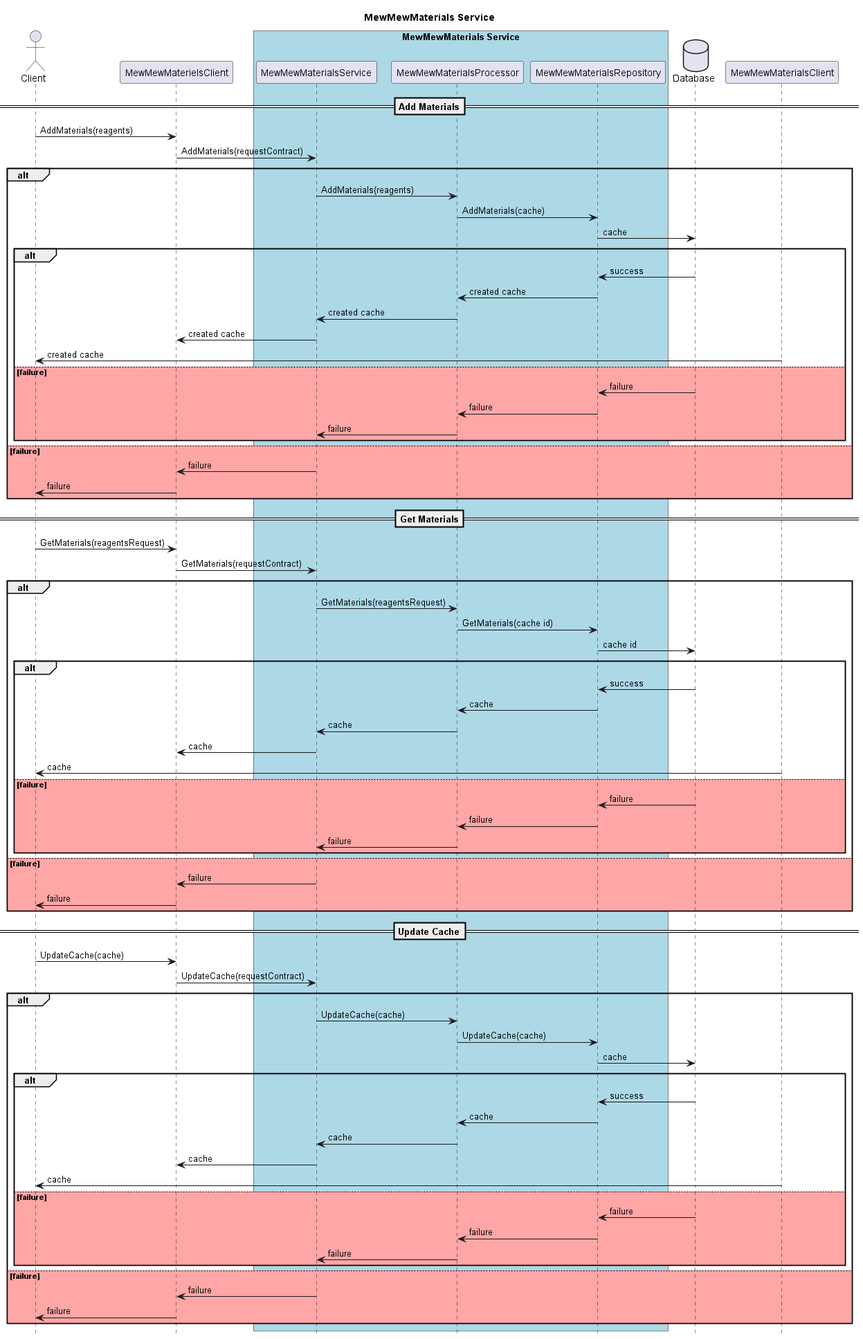
Before: docs/design/materials/service-design/mew-mew-materials-sequence.png, a diagram exported from PlantUML (AmberFalbo/cat-coven).
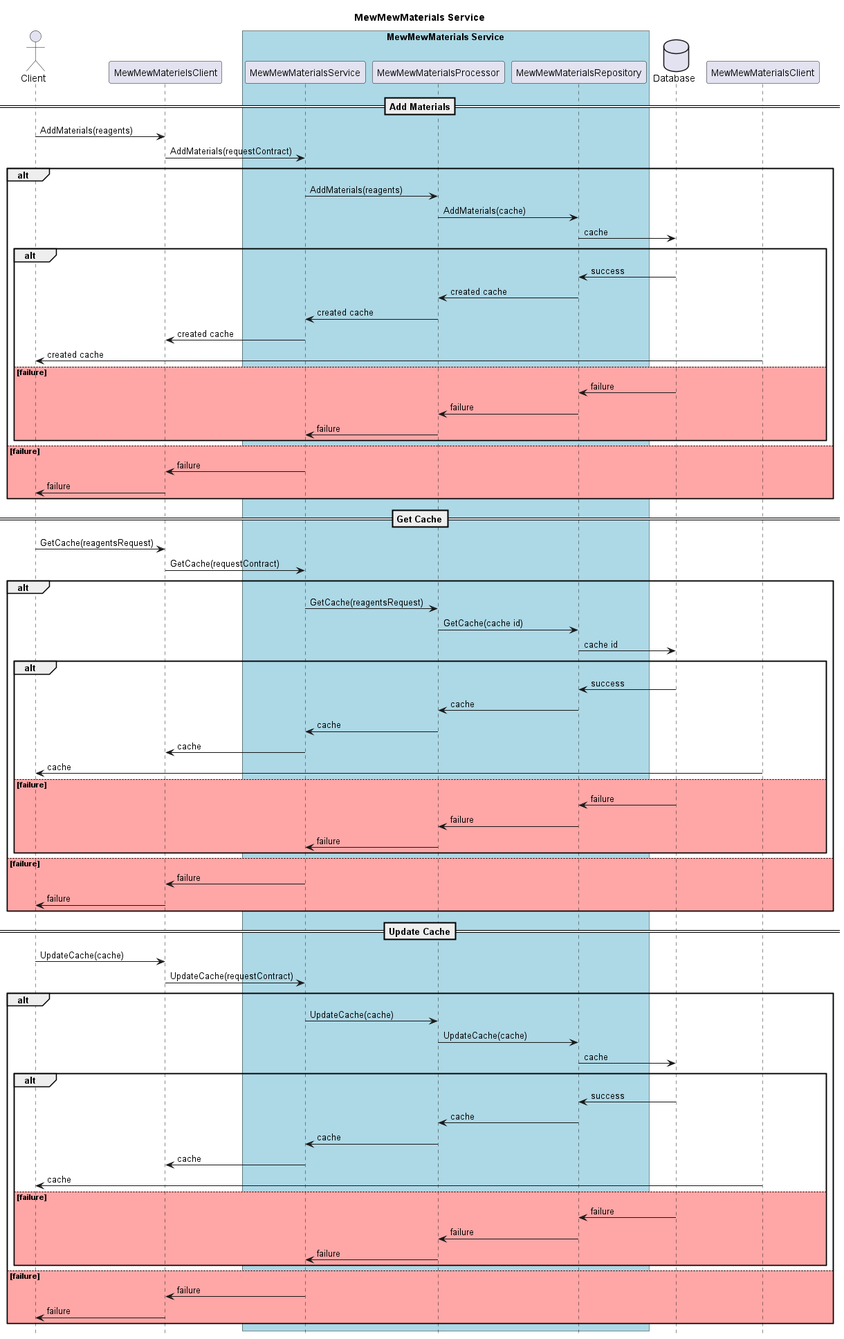
The same diagram one commit later.

The edit, as a diff of the source:
```diff
@@ -37,13 +37,13 @@
     MewMewMaterielsClient -> Client : failure
 end
 
-==Get Materials==
+==Get Cache==
 
-Client -> MewMewMaterielsClient : GetMaterials(reagentsRequest)
-MewMewMaterielsClient -> MewMewMaterialsService : GetMaterials(requestContract)
+Client -> MewMewMaterielsClient : GetCache(reagentsRequest)
+MewMewMaterielsClient -> MewMewMaterialsService : GetCache(requestContract)
 alt
-    MewMewMaterialsService -> MewMewMaterialsProcessor : GetMaterials(reagentsRequest)
-    MewMewMaterialsProcessor -> MewMewMaterialsRepository : GetMaterials(cache id)
+    MewMewMaterialsService -> MewMewMaterialsProcessor : GetCache(reagentsRequest)
+    MewMewMaterialsProcessor -> MewMewMaterialsRepository : GetCache(cache id)
     MewMewMaterialsRepository -> Database : cache id
     alt
         Database -> MewMewMaterialsRepository : success
```
